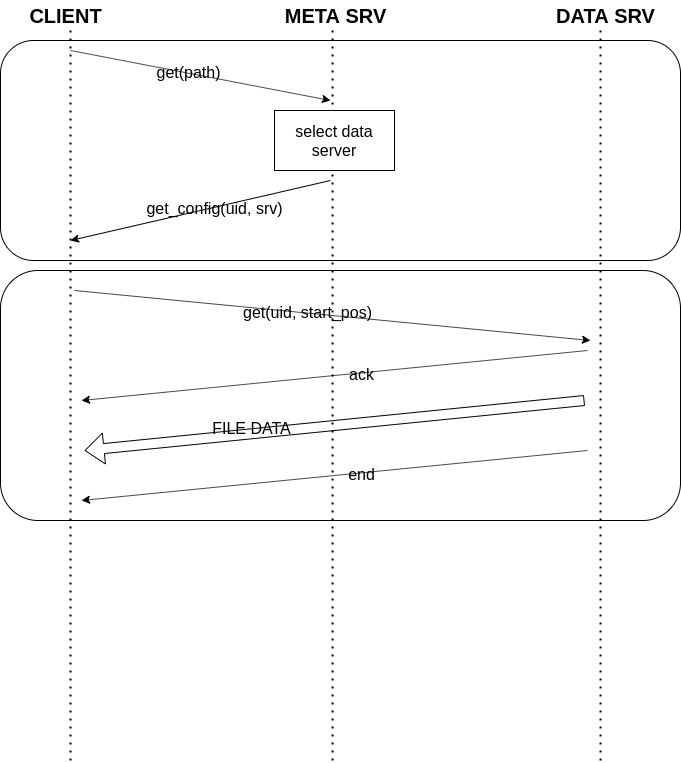
The draw.io diagram diagrams/requests/get_request.png in ale99WGiais/tesina_iot, before a commit. Source tidied: cells renumbered, new cells last; positions are measured from the earlier drawing's top-left corner, leaving out a move shared by most shapes.
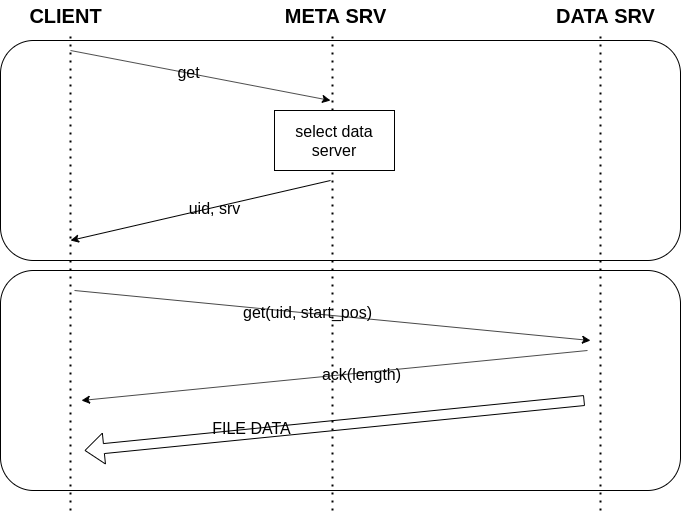
The same file after the commit.

Change to the diagram source:
```diff
@@ -3,14 +3,14 @@
     <mxCell id="0" />
     <mxCell id="1" parent="0" />
     <mxCell id="2" style="rounded=1;whiteSpace=wrap;html=1;fontSize=16;" parent="1" vertex="1">
-      <mxGeometry y="270" width="680" height="250" as="geometry" />
+      <mxGeometry y="270" width="680" height="220" as="geometry" />
     </mxCell>
     <mxCell id="3" style="rounded=1;whiteSpace=wrap;html=1;fontSize=16;" parent="1" vertex="1">
       <mxGeometry y="40" width="680" height="220" as="geometry" />
     </mxCell>
     <mxCell id="4" style="endArrow=none;dashed=1;html=1;dashPattern=1 3;strokeWidth=2;fontSize=12;" parent="1" edge="1">
       <mxGeometry relative="1" as="geometry">
-        <mxPoint x="332" y="760" as="sourcePoint" />
+        <mxPoint x="332" y="510" as="sourcePoint" />
         <mxPoint x="332" y="30" as="targetPoint" />
       </mxGeometry>
     </mxCell>
@@ -29,18 +29,18 @@
         <mxPoint x="330" y="100" as="targetPoint" />
       </mxGeometry>
     </mxCell>
-    <mxCell id="9" value="&lt;div&gt;get(path)&lt;/div&gt;" style="edgeLabel;html=1;align=center;verticalAlign=middle;fontSize=16;" parent="8" vertex="1">
+    <mxCell id="9" value="&lt;div&gt;get&lt;/div&gt;" style="edgeLabel;html=1;align=center;verticalAlign=middle;fontSize=16;" parent="8" vertex="1">
       <mxGeometry x="-0.1" y="1" relative="1" as="geometry" />
     </mxCell>
     <mxCell id="10" style="endArrow=none;dashed=1;html=1;dashPattern=1 3;strokeWidth=2;fontSize=12;" parent="1" edge="1">
       <mxGeometry relative="1" as="geometry">
-        <mxPoint x="70" y="760" as="sourcePoint" />
+        <mxPoint x="70" y="510" as="sourcePoint" />
         <mxPoint x="70" y="30" as="targetPoint" />
       </mxGeometry>
     </mxCell>
     <mxCell id="11" style="endArrow=none;dashed=1;html=1;dashPattern=1 3;strokeWidth=2;fontSize=12;" parent="1" edge="1">
       <mxGeometry relative="1" as="geometry">
-        <mxPoint x="600" y="760" as="sourcePoint" />
+        <mxPoint x="600" y="510" as="sourcePoint" />
         <mxPoint x="600" y="30" as="targetPoint" />
       </mxGeometry>
     </mxCell>
@@ -53,7 +53,7 @@
         <mxPoint x="70" y="240" as="targetPoint" />
       </mxGeometry>
     </mxCell>
-    <mxCell id="14" value="get_config(uid, srv)" style="edgeLabel;html=1;align=center;verticalAlign=middle;fontSize=16;" parent="13" vertex="1">
+    <mxCell id="14" value="uid, srv" style="edgeLabel;html=1;align=center;verticalAlign=middle;fontSize=16;" parent="13" vertex="1">
       <mxGeometry x="-0.1" y="1" relative="1" as="geometry" />
     </mxCell>
     <mxCell id="15" style="endArrow=classic;html=1;fontSize=20;" parent="1" edge="1">
@@ -71,7 +71,7 @@
         <mxPoint x="81" y="400" as="targetPoint" />
       </mxGeometry>
     </mxCell>
-    <mxCell id="18" value="&lt;div&gt;ack&lt;/div&gt;" style="edgeLabel;html=1;align=center;verticalAlign=middle;fontSize=16;" parent="17" vertex="1">
+    <mxCell id="18" value="&lt;div&gt;ack(length)&lt;/div&gt;" style="edgeLabel;html=1;align=center;verticalAlign=middle;fontSize=16;" parent="17" vertex="1">
       <mxGeometry x="-0.1" y="1" relative="1" as="geometry" />
     </mxCell>
     <mxCell id="19" style="shape=flexArrow;endArrow=classic;html=1;fontSize=16;" parent="1" edge="1">
@@ -83,14 +83,5 @@
     <mxCell id="20" value="FILE DATA" style="edgeLabel;html=1;align=center;verticalAlign=middle;fontSize=16;" parent="19" vertex="1">
       <mxGeometry x="0.34" y="-6" relative="1" as="geometry" />
     </mxCell>
-    <mxCell id="21" style="endArrow=classic;html=1;fontSize=20;" parent="1" edge="1">
-      <mxGeometry relative="1" as="geometry">
-        <mxPoint x="587" y="450" as="sourcePoint" />
-        <mxPoint x="81" y="500" as="targetPoint" />
-      </mxGeometry>
-    </mxCell>
-    <mxCell id="22" value="&lt;div&gt;end&lt;/div&gt;" style="edgeLabel;html=1;align=center;verticalAlign=middle;fontSize=16;" parent="21" vertex="1">
-      <mxGeometry x="-0.1" y="1" relative="1" as="geometry" />
-    </mxCell>
   </root>
 </mxGraphModel>
```
